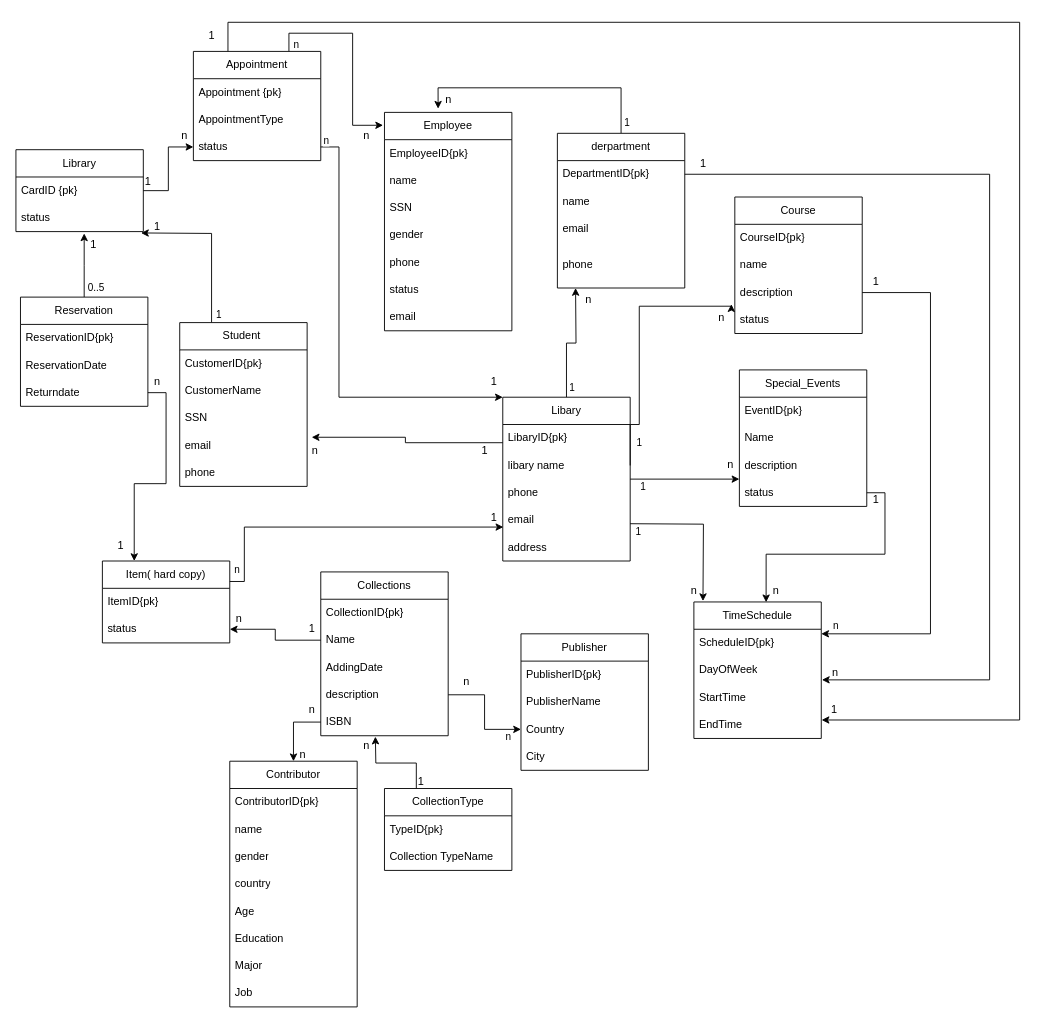
Above: table_relations.drawio in Dovanvu09/LibraryManagement (draw.io), before the change. Source tidied: cells renumbered, new cells numbered last; positions are measured from the earlier drawing's top-left corner, leaving out a move shared by most shapes. Both pictures are drawn from the tidied source at 91%, with x=0, y=0 at pixel (15, 22).
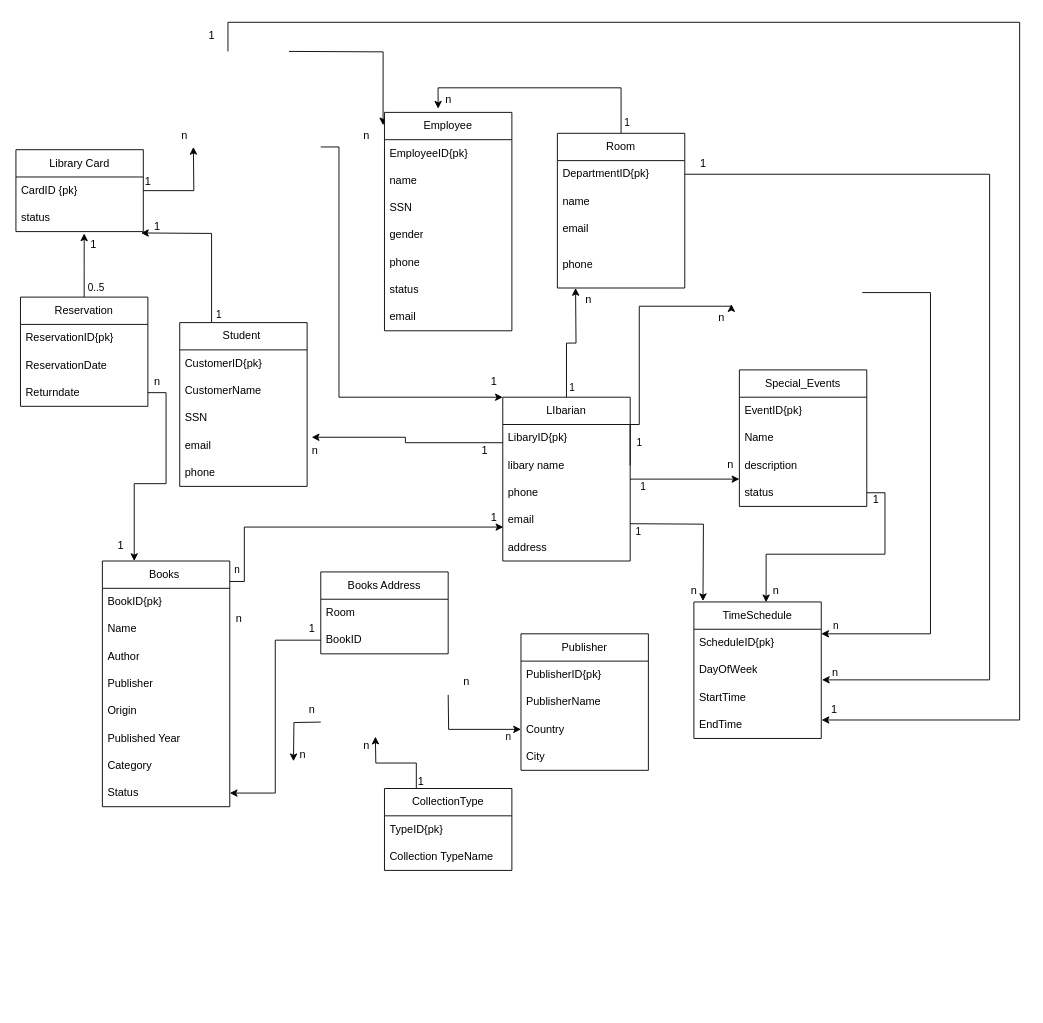
After the change.

Unchanged cells that the change refers to:
```xml
<mxCell id="3" value="CardID {pk}" style="text;strokeColor=none;fillColor=none;align=left;verticalAlign=middle;spacingLeft=4;spacingRight=4;overflow=hidden;points=[[0,0.5],[1,0.5]];portConstraint=eastwest;whiteSpace=wrap;html=1;" parent="2" vertex="1">
  <mxGeometry y="30" width="140" height="30" as="geometry" />
</mxCell>
<mxCell id="53" value="Country" style="text;strokeColor=none;fillColor=none;align=left;verticalAlign=middle;spacingLeft=4;spacingRight=4;overflow=hidden;points=[[0,0.5],[1,0.5]];portConstraint=eastwest;whiteSpace=wrap;html=1;" parent="50" vertex="1">
  <mxGeometry y="90" width="140" height="30" as="geometry" />
</mxCell>
<mxCell id="70" value="Employee" style="swimlane;fontStyle=0;horizontal=1;startSize=30;whiteSpace=wrap;html=1;" parent="1" vertex="1">
  <mxGeometry x="405" y="99" width="140" height="240" as="geometry" />
</mxCell>
<mxCell id="89" value="libary name" style="text;strokeColor=none;fillColor=none;align=left;verticalAlign=middle;spacingLeft=4;spacingRight=4;overflow=hidden;points=[[0,0.5],[1,0.5]];portConstraint=eastwest;whiteSpace=wrap;html=1;" parent="87" vertex="1">
  <mxGeometry y="60" width="140" height="30" as="geometry" />
</mxCell>
```

Change to the diagram source:
```diff
@@
-    <mxCell id="2" value="Library" style="swimlane;fontStyle=0;horizontal=1;startSize=30;whiteSpace=wrap;html=1;" parent="1" vertex="1">
+    <mxCell id="2" value="Library Card" style="swimlane;fontStyle=0;horizontal=1;startSize=30;whiteSpace=wrap;html=1;" parent="1" vertex="1">
       <mxGeometry y="140" width="140" height="90" as="geometry" />
     </mxCell>
@@
-    <mxCell id="5" style="edgeStyle=orthogonalEdgeStyle;rounded=0;jettySize=auto;html=1;exitX=0.75;exitY=0;exitDx=0;exitDy=0;entryX=-0.011;entryY=0.059;entryDx=0;entryDy=0;entryPerimeter=0;" parent="1" edge="1" source="8" target="70">
-      <mxGeometry relative="1" as="geometry" />
+    <mxCell id="5" style="edgeStyle=orthogonalEdgeStyle;rounded=0;jettySize=auto;html=1;exitX=0.75;exitY=0;exitDx=0;exitDy=0;entryX=-0.011;entryY=0.059;entryDx=0;entryDy=0;entryPerimeter=0;" parent="1" edge="1" target="70">
+      <mxGeometry relative="1" as="geometry">
+        <mxPoint x="300" y="32" as="sourcePoint" />
+      </mxGeometry>
     </mxCell>
-    <mxCell id="6" value="n" style="edgeLabel;html=1;align=center;verticalAlign=middle;" parent="5" vertex="1">
-      <mxGeometry x="-0.93" y="-7" relative="1" as="geometry" />
-    </mxCell>
@@
-    <mxCell id="8" value="Appointment" style="swimlane;fontStyle=0;horizontal=1;startSize=30;whiteSpace=wrap;html=1;" parent="1" vertex="1">
-      <mxGeometry x="195" y="32" width="140" height="120" as="geometry" />
-    </mxCell>
-    <mxCell id="9" value="Appointment {pk}" style="text;strokeColor=none;fillColor=none;align=left;verticalAlign=middle;spacingLeft=4;spacingRight=4;overflow=hidden;whiteSpace=wrap;html=1;" parent="8" vertex="1">
-      <mxGeometry y="30" width="140" height="30" as="geometry" />
-    </mxCell>
-    <mxCell id="10" value="AppointmentType" style="text;strokeColor=none;fillColor=none;align=left;verticalAlign=middle;spacingLeft=4;spacingRight=4;overflow=hidden;whiteSpace=wrap;html=1;" parent="8" vertex="1">
-      <mxGeometry y="60" width="140" height="30" as="geometry" />
-    </mxCell>
-    <mxCell id="11" value="status" style="text;strokeColor=none;fillColor=none;align=left;verticalAlign=middle;spacingLeft=4;spacingRight=4;overflow=hidden;points=[[0,0.5],[1,0.5]];portConstraint=eastwest;whiteSpace=wrap;html=1;" parent="8" vertex="1">
-      <mxGeometry y="90" width="140" height="30" as="geometry" />
-    </mxCell>
@@
-    <mxCell id="28" value="Item( hard copy)" style="swimlane;fontStyle=0;horizontal=1;startSize=30;whiteSpace=wrap;html=1;" parent="1" vertex="1">
-      <mxGeometry x="95" y="592" width="140" height="90" as="geometry" />
+    <mxCell id="28" value="Books&amp;nbsp;" style="swimlane;fontStyle=0;horizontal=1;startSize=30;whiteSpace=wrap;html=1;" parent="1" vertex="1">
+      <mxGeometry x="95" y="592" width="140" height="270" as="geometry" />
     </mxCell>
-    <mxCell id="29" value="ItemID{pk}" style="text;strokeColor=none;fillColor=none;align=left;verticalAlign=middle;spacingLeft=4;spacingRight=4;overflow=hidden;whiteSpace=wrap;html=1;" parent="28" vertex="1">
+    <mxCell id="29" value="BookID{pk}" style="text;strokeColor=none;fillColor=none;align=left;verticalAlign=middle;spacingLeft=4;spacingRight=4;overflow=hidden;whiteSpace=wrap;html=1;" parent="28" vertex="1">
       <mxGeometry y="30" width="140" height="30" as="geometry" />
     </mxCell>
+    <mxCell id="142" value="Name" style="text;strokeColor=none;fillColor=none;align=left;verticalAlign=middle;spacingLeft=4;spacingRight=4;overflow=hidden;whiteSpace=wrap;html=1;" parent="28" vertex="1">
+      <mxGeometry y="60" width="140" height="30" as="geometry" />
+    </mxCell>
+    <mxCell id="143" value="Author" style="text;strokeColor=none;fillColor=none;align=left;verticalAlign=middle;spacingLeft=4;spacingRight=4;overflow=hidden;whiteSpace=wrap;html=1;" parent="28" vertex="1">
+      <mxGeometry y="90" width="140" height="30" as="geometry" />
+    </mxCell>
+    <mxCell id="144" value="Publisher" style="text;strokeColor=none;fillColor=none;align=left;verticalAlign=middle;spacingLeft=4;spacingRight=4;overflow=hidden;whiteSpace=wrap;html=1;" parent="28" vertex="1">
+      <mxGeometry y="120" width="140" height="30" as="geometry" />
+    </mxCell>
+    <mxCell id="145" value="Origin" style="text;strokeColor=none;fillColor=none;align=left;verticalAlign=middle;spacingLeft=4;spacingRight=4;overflow=hidden;whiteSpace=wrap;html=1;" parent="28" vertex="1">
+      <mxGeometry y="150" width="140" height="30" as="geometry" />
+    </mxCell>
+    <mxCell id="146" value="Published Year" style="text;strokeColor=none;fillColor=none;align=left;verticalAlign=middle;spacingLeft=4;spacingRight=4;overflow=hidden;whiteSpace=wrap;html=1;" parent="28" vertex="1">
+      <mxGeometry y="180" width="140" height="30" as="geometry" />
+    </mxCell>
+    <mxCell id="147" value="Category" style="text;strokeColor=none;fillColor=none;align=left;verticalAlign=middle;spacingLeft=4;spacingRight=4;overflow=hidden;whiteSpace=wrap;html=1;" parent="28" vertex="1">
+      <mxGeometry y="210" width="140" height="30" as="geometry" />
+    </mxCell>
-    <mxCell id="30" value="status" style="text;strokeColor=none;fillColor=none;align=left;verticalAlign=middle;spacingLeft=4;spacingRight=4;overflow=hidden;points=[[0,0.5],[1,0.5]];portConstraint=eastwest;whiteSpace=wrap;html=1;" parent="28" vertex="1">
-      <mxGeometry y="60" width="140" height="30" as="geometry" />
+    <mxCell id="30" value="Status" style="text;strokeColor=none;fillColor=none;align=left;verticalAlign=middle;spacingLeft=4;spacingRight=4;overflow=hidden;points=[[0,0.5],[1,0.5]];portConstraint=eastwest;whiteSpace=wrap;html=1;" parent="28" vertex="1">
+      <mxGeometry y="240" width="140" height="30" as="geometry" />
     </mxCell>
-    <mxCell id="31" value="Collections" style="swimlane;fontStyle=0;horizontal=1;startSize=30;whiteSpace=wrap;html=1;" parent="1" vertex="1">
-      <mxGeometry x="335" y="604" width="140" height="180" as="geometry" />
+    <mxCell id="31" value="Books Address" style="swimlane;fontStyle=0;horizontal=1;startSize=30;whiteSpace=wrap;html=1;" parent="1" vertex="1">
+      <mxGeometry x="335" y="604" width="140" height="90" as="geometry" />
     </mxCell>
-    <mxCell id="32" value="CollectionID{pk}" style="text;strokeColor=none;fillColor=none;align=left;verticalAlign=middle;spacingLeft=4;spacingRight=4;overflow=hidden;whiteSpace=wrap;html=1;" parent="31" vertex="1">
+    <mxCell id="32" value="Room" style="text;strokeColor=none;fillColor=none;align=left;verticalAlign=middle;spacingLeft=4;spacingRight=4;overflow=hidden;whiteSpace=wrap;html=1;" parent="31" vertex="1">
       <mxGeometry y="30" width="140" height="30" as="geometry" />
     </mxCell>
-    <mxCell id="33" value="Name" style="text;strokeColor=none;fillColor=none;align=left;verticalAlign=middle;spacingLeft=4;spacingRight=4;overflow=hidden;points=[[0,0.5],[1,0.5]];portConstraint=eastwest;whiteSpace=wrap;html=1;" parent="31" vertex="1">
+    <mxCell id="33" value="BookID" style="text;strokeColor=none;fillColor=none;align=left;verticalAlign=middle;spacingLeft=4;spacingRight=4;overflow=hidden;points=[[0,0.5],[1,0.5]];portConstraint=eastwest;whiteSpace=wrap;html=1;" parent="31" vertex="1">
       <mxGeometry y="60" width="140" height="30" as="geometry" />
     </mxCell>
-    <mxCell id="34" value="AddingDate" style="text;strokeColor=none;fillColor=none;align=left;verticalAlign=middle;spacingLeft=4;spacingRight=4;overflow=hidden;whiteSpace=wrap;html=1;" parent="31" vertex="1">
-      <mxGeometry y="90" width="140" height="30" as="geometry" />
-    </mxCell>
-    <mxCell id="35" value="description" style="text;strokeColor=none;fillColor=none;align=left;verticalAlign=middle;spacingLeft=4;spacingRight=4;overflow=hidden;points=[[0,0.5],[1,0.5]];portConstraint=eastwest;whiteSpace=wrap;html=1;" parent="31" vertex="1">
-      <mxGeometry y="120" width="140" height="30" as="geometry" />
-    </mxCell>
-    <mxCell id="36" value="ISBN" style="text;strokeColor=none;fillColor=none;align=left;verticalAlign=middle;spacingLeft=4;spacingRight=4;overflow=hidden;points=[[0,0.5],[1,0.5]];portConstraint=eastwest;whiteSpace=wrap;html=1;" parent="31" vertex="1">
-      <mxGeometry y="150" width="140" height="30" as="geometry" />
-    </mxCell>
-    <mxCell id="37" value="Contributor" style="swimlane;fontStyle=0;horizontal=1;startSize=30;whiteSpace=wrap;html=1;" parent="1" vertex="1">
-      <mxGeometry x="235" y="812" width="140" height="270" as="geometry" />
-    </mxCell>
-    <mxCell id="38" value="ContributorID{pk}" style="text;strokeColor=none;fillColor=none;align=left;verticalAlign=middle;spacingLeft=4;spacingRight=4;overflow=hidden;whiteSpace=wrap;html=1;" parent="37" vertex="1">
-      <mxGeometry y="30" width="140" height="30" as="geometry" />
-    </mxCell>
-    <mxCell id="39" value="name" style="text;strokeColor=none;fillColor=none;align=left;verticalAlign=middle;spacingLeft=4;spacingRight=4;overflow=hidden;whiteSpace=wrap;html=1;" parent="37" vertex="1">
-      <mxGeometry y="60" width="140" height="30" as="geometry" />
-    </mxCell>
-    <mxCell id="40" value="gender" style="text;strokeColor=none;fillColor=none;align=left;verticalAlign=middle;spacingLeft=4;spacingRight=4;overflow=hidden;whiteSpace=wrap;html=1;" parent="37" vertex="1">
-      <mxGeometry y="90" width="140" height="30" as="geometry" />
-    </mxCell>
-    <mxCell id="41" value="country" style="text;strokeColor=none;fillColor=none;align=left;verticalAlign=middle;spacingLeft=4;spacingRight=4;overflow=hidden;whiteSpace=wrap;html=1;" parent="37" vertex="1">
-      <mxGeometry y="120" width="140" height="30" as="geometry" />
-    </mxCell>
-    <mxCell id="42" value="Age" style="text;strokeColor=none;fillColor=none;align=left;verticalAlign=middle;spacingLeft=4;spacingRight=4;overflow=hidden;whiteSpace=wrap;html=1;" parent="37" vertex="1">
-      <mxGeometry y="150" width="140" height="30" as="geometry" />
-    </mxCell>
-    <mxCell id="43" value="Education" style="text;strokeColor=none;fillColor=none;align=left;verticalAlign=middle;spacingLeft=4;spacingRight=4;overflow=hidden;whiteSpace=wrap;html=1;" parent="37" vertex="1">
-      <mxGeometry y="180" width="140" height="30" as="geometry" />
-    </mxCell>
-    <mxCell id="44" value="Major" style="text;strokeColor=none;fillColor=none;align=left;verticalAlign=middle;spacingLeft=4;spacingRight=4;overflow=hidden;whiteSpace=wrap;html=1;" parent="37" vertex="1">
-      <mxGeometry y="210" width="140" height="30" as="geometry" />
-    </mxCell>
-    <mxCell id="45" value="Job" style="text;strokeColor=none;fillColor=none;align=left;verticalAlign=middle;spacingLeft=4;spacingRight=4;overflow=hidden;whiteSpace=wrap;html=1;" parent="37" vertex="1">
-      <mxGeometry y="240" width="140" height="30" as="geometry" />
-    </mxCell>
@@
-    <mxCell id="65" value="Course" style="swimlane;fontStyle=0;horizontal=1;startSize=30;whiteSpace=wrap;html=1;" parent="1" vertex="1">
-      <mxGeometry x="790" y="192" width="140" height="150" as="geometry" />
-    </mxCell>
-    <mxCell id="66" value="CourseID{pk}" style="text;strokeColor=none;fillColor=none;align=left;verticalAlign=middle;spacingLeft=4;spacingRight=4;overflow=hidden;whiteSpace=wrap;html=1;" parent="65" vertex="1">
-      <mxGeometry y="30" width="140" height="30" as="geometry" />
-    </mxCell>
-    <mxCell id="67" value="name" style="text;strokeColor=none;fillColor=none;align=left;verticalAlign=middle;spacingLeft=4;spacingRight=4;overflow=hidden;whiteSpace=wrap;html=1;" parent="65" vertex="1">
-      <mxGeometry y="60" width="140" height="30" as="geometry" />
-    </mxCell>
-    <mxCell id="68" value="description" style="text;strokeColor=none;fillColor=none;align=left;verticalAlign=middle;spacingLeft=4;spacingRight=4;overflow=hidden;points=[[0,0.5],[1,0.5]];portConstraint=eastwest;whiteSpace=wrap;html=1;" parent="65" vertex="1">
-      <mxGeometry y="90" width="140" height="30" as="geometry" />
-    </mxCell>
-    <mxCell id="69" value="status" style="text;strokeColor=none;fillColor=none;align=left;verticalAlign=middle;spacingLeft=4;spacingRight=4;overflow=hidden;points=[[0,0.5],[1,0.5]];portConstraint=eastwest;whiteSpace=wrap;html=1;" parent="65" vertex="1">
-      <mxGeometry y="120" width="140" height="30" as="geometry" />
-    </mxCell>
@@
-    <mxCell id="80" value="derpartment" style="swimlane;fontStyle=0;horizontal=1;startSize=30;whiteSpace=wrap;html=1;" parent="1" vertex="1">
+    <mxCell id="80" value="Room" style="swimlane;fontStyle=0;horizontal=1;startSize=30;whiteSpace=wrap;html=1;" parent="1" vertex="1">
       <mxGeometry x="595" y="122" width="140" height="170" as="geometry" />
     </mxCell>
@@
-    <mxCell id="87" value="Libary" style="swimlane;fontStyle=0;horizontal=1;startSize=30;whiteSpace=wrap;html=1;" parent="1" vertex="1">
+    <mxCell id="87" value="LIbarian" style="swimlane;fontStyle=0;horizontal=1;startSize=30;whiteSpace=wrap;html=1;" parent="1" vertex="1">
       <mxGeometry x="535" y="412" width="140" height="180" as="geometry" />
     </mxCell>
@@
-    <mxCell id="96" style="edgeStyle=orthogonalEdgeStyle;rounded=0;jettySize=auto;html=1;entryX=0;entryY=0;entryDx=0;entryDy=0;" parent="1" edge="1" source="11" target="87">
+    <mxCell id="96" style="edgeStyle=orthogonalEdgeStyle;rounded=0;jettySize=auto;html=1;entryX=0;entryY=0;entryDx=0;entryDy=0;" parent="1" edge="1" target="87">
       <mxGeometry relative="1" as="geometry">
+        <mxPoint x="335" y="137" as="sourcePoint" />
         <Array as="points">
           <mxPoint x="355" y="137" />
           <mxPoint x="355" y="412" />
         </Array>
       </mxGeometry>
     </mxCell>
-    <mxCell id="97" value="n" style="edgeLabel;html=1;align=center;verticalAlign=middle;" parent="96" vertex="1">
-      <mxGeometry x="-0.98" y="8" relative="1" as="geometry" />
-    </mxCell>
@@
-    <mxCell id="107" style="edgeStyle=orthogonalEdgeStyle;rounded=0;jettySize=auto;html=1;exitX=0;exitY=0.5;exitDx=0;exitDy=0;entryX=0.5;entryY=0;entryDx=0;entryDy=0;" parent="1" edge="1" source="36" target="37">
-      <mxGeometry relative="1" as="geometry" />
+    <mxCell id="107" style="edgeStyle=orthogonalEdgeStyle;rounded=0;orthogonalLoop=1;jettySize=auto;html=1;exitX=0;exitY=0.5;exitDx=0;exitDy=0;entryX=0.5;entryY=0;entryDx=0;entryDy=0;" parent="1" edge="1">
+      <mxGeometry relative="1" as="geometry">
+        <mxPoint x="335" y="769" as="sourcePoint" />
+        <mxPoint x="305" y="812" as="targetPoint" />
+      </mxGeometry>
     </mxCell>
@@
-    <mxCell id="112" style="edgeStyle=orthogonalEdgeStyle;rounded=0;jettySize=auto;html=1;" parent="1" edge="1" source="35" target="53">
-      <mxGeometry relative="1" as="geometry" />
+    <mxCell id="112" style="edgeStyle=orthogonalEdgeStyle;rounded=0;jettySize=auto;html=1;" parent="1" edge="1" target="53">
+      <mxGeometry relative="1" as="geometry">
+        <mxPoint x="475" y="739" as="sourcePoint" />
+      </mxGeometry>
     </mxCell>
@@
-    <mxCell id="125" style="edgeStyle=orthogonalEdgeStyle;rounded=0;jettySize=auto;html=1;exitX=1;exitY=0.5;exitDx=0;exitDy=0;" parent="1" edge="1" source="68">
+    <mxCell id="125" style="edgeStyle=orthogonalEdgeStyle;rounded=0;orthogonalLoop=1;jettySize=auto;html=1;exitX=1;exitY=0.5;exitDx=0;exitDy=0;" parent="1" edge="1">
       <mxGeometry relative="1" as="geometry">
+        <mxPoint x="930" y="297" as="sourcePoint" />
         <mxPoint x="885" y="672" as="targetPoint" />
         <Array as="points">
           <mxPoint x="1005" y="297" />
           <mxPoint x="1005" y="672" />
           <mxPoint x="891" y="672" />
         </Array>
       </mxGeometry>
     </mxCell>
@@
-    <mxCell id="132" style="edgeStyle=orthogonalEdgeStyle;rounded=0;jettySize=auto;html=1;exitX=1;exitY=0.5;exitDx=0;exitDy=0;entryX=-0.027;entryY=-0.072;entryDx=0;entryDy=0;entryPerimeter=0;" parent="1" edge="1" source="89" target="69">
+    <mxCell id="132" style="edgeStyle=orthogonalEdgeStyle;rounded=0;jettySize=auto;html=1;exitX=1;exitY=0.5;exitDx=0;exitDy=0;entryX=-0.027;entryY=-0.072;entryDx=0;entryDy=0;entryPerimeter=0;" parent="1" edge="1" source="89">
       <mxGeometry relative="1" as="geometry">
+        <mxPoint x="786.2" y="309.8" as="targetPoint" />
         <Array as="points">
           <mxPoint x="675" y="442" />
           <mxPoint x="685" y="442" />
           <mxPoint x="685" y="312" />
           <mxPoint x="786" y="312" />
         </Array>
       </mxGeometry>
     </mxCell>
@@
-    <mxCell id="135" value="1" style="text;html=1;align=center;verticalAlign=middle;strokeColor=none;fillColor=none;" parent="1" vertex="1">
-      <mxGeometry x="930" y="270" width="30" height="30" as="geometry" />
-    </mxCell>
@@
-    <mxCell id="138" style="edgeStyle=orthogonalEdgeStyle;rounded=0;jettySize=auto;html=1;exitX=1;exitY=0.5;exitDx=0;exitDy=0;entryX=0;entryY=0.5;entryDx=0;entryDy=0;" parent="1" edge="1" source="3" target="11">
-      <mxGeometry relative="1" as="geometry" />
+    <mxCell id="138" style="edgeStyle=orthogonalEdgeStyle;rounded=0;jettySize=auto;html=1;exitX=1;exitY=0.5;exitDx=0;exitDy=0;entryX=0;entryY=0.5;entryDx=0;entryDy=0;" parent="1" edge="1" source="3">
+      <mxGeometry relative="1" as="geometry">
+        <mxPoint x="195" y="137" as="targetPoint" />
+      </mxGeometry>
     </mxCell>
```
